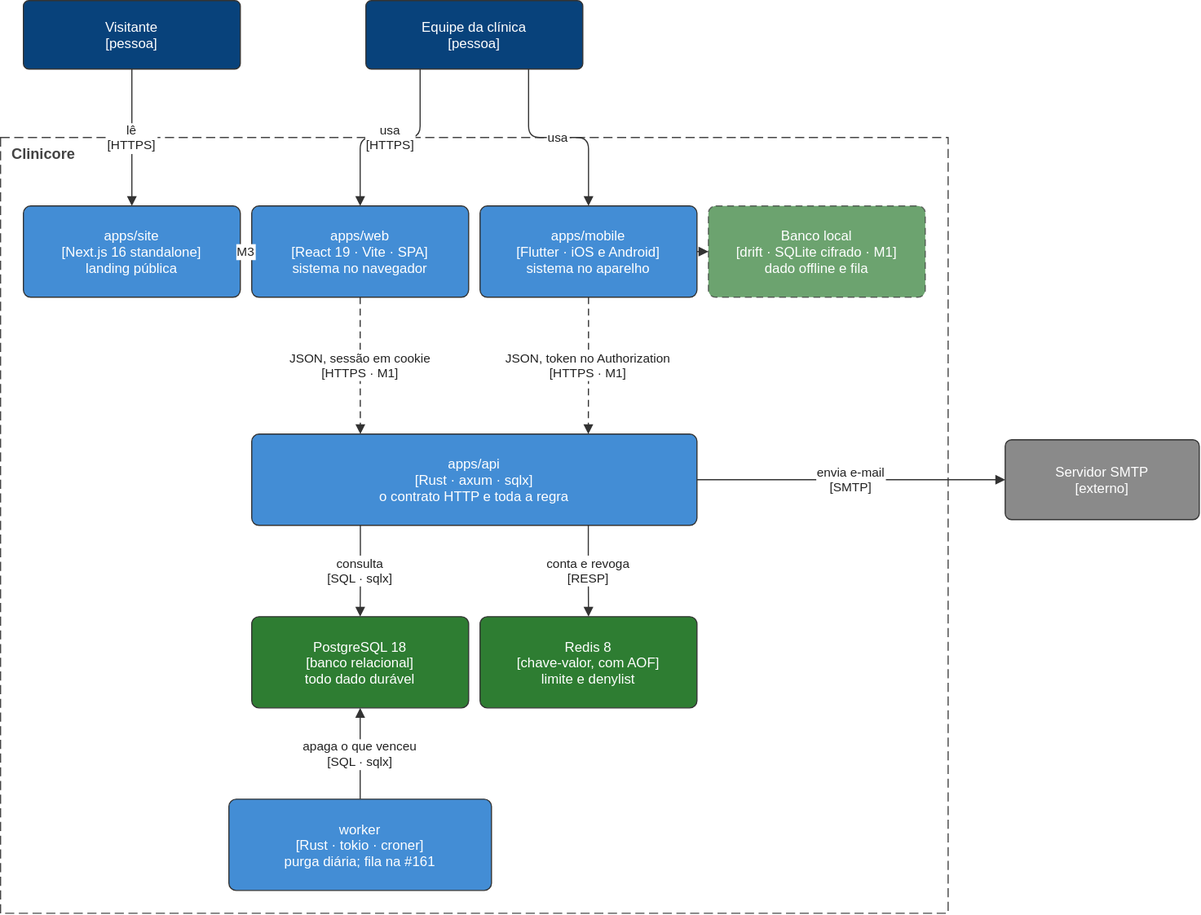
The draw.io diagram docs/architecture/diagrams/containers.drawio.svg in TheoOdawara/clinicore, before a commit. Source tidied: cells renumbered, new cells last; positions are measured from the earlier drawing's top-left corner, leaving out a move shared by most shapes.
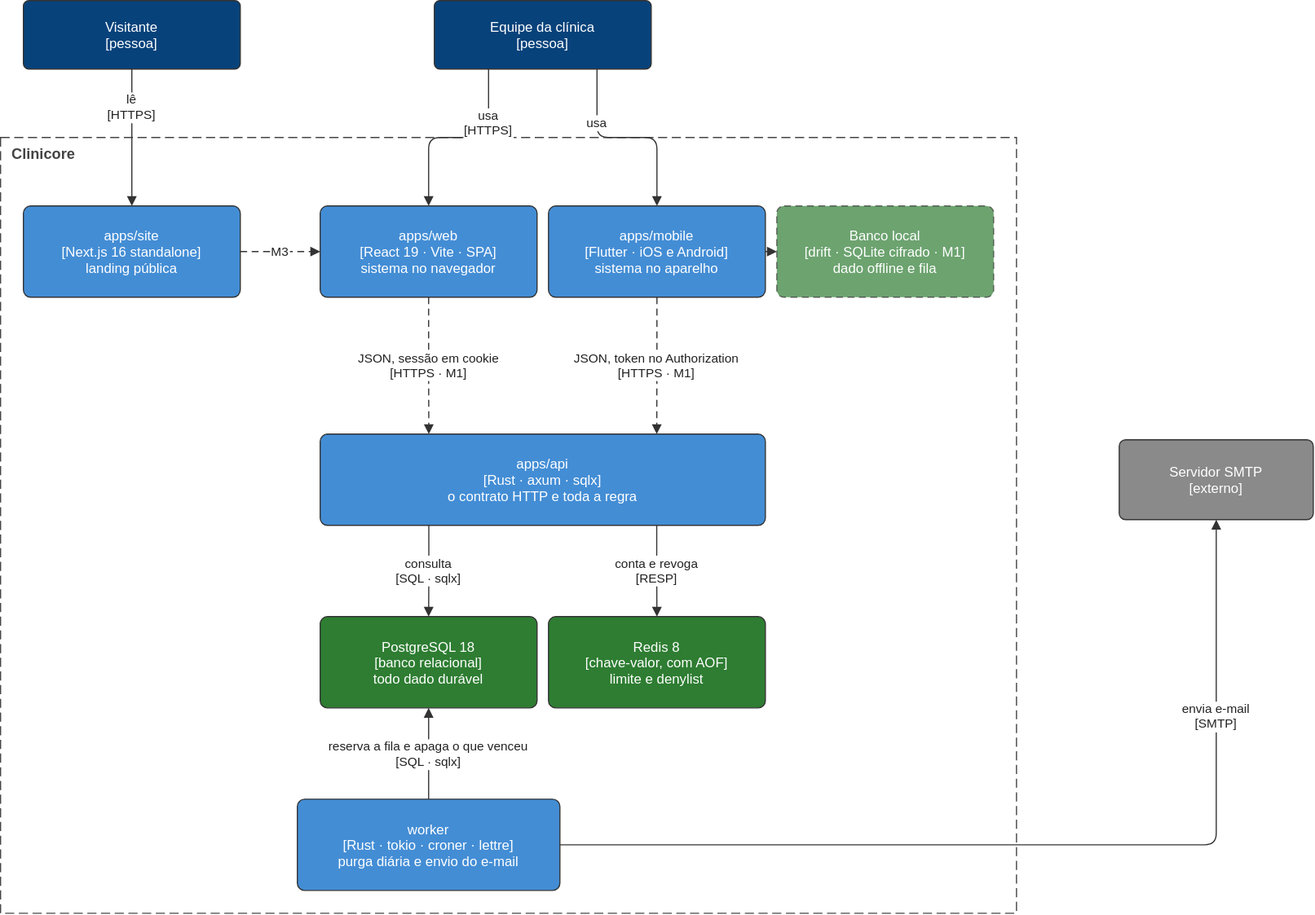
The same diagram one commit later.

What changed in the source:
```diff
@@ -3,16 +3,16 @@
     <mxCell id="0" />
     <mxCell id="1" parent="0" />
     <mxCell id="2" value="Clinicore" style="rounded=0;html=0;fillColor=none;strokeColor=#444444;dashed=1;dashPattern=8 4;fontSize=13;fontStyle=1;verticalAlign=top;align=left;spacingLeft=8;fontColor=#444444;" parent="1" vertex="1">
-      <mxGeometry y="120" width="830" height="680" as="geometry" />
+      <mxGeometry x="-60" y="120" width="890" height="680" as="geometry" />
     </mxCell>
     <mxCell id="3" value="Visitante&#10;[pessoa]" style="rounded=1;arcSize=8;html=0;fillColor=#08427b;fontColor=#ffffff;strokeColor=#333333;fontSize=12;" parent="1" vertex="1">
-      <mxGeometry x="20" width="190" height="60" as="geometry" />
+      <mxGeometry x="-40" width="190" height="60" as="geometry" />
     </mxCell>
     <mxCell id="4" value="Equipe da clínica&#10;[pessoa]" style="rounded=1;arcSize=8;html=0;fillColor=#08427b;fontColor=#ffffff;strokeColor=#333333;fontSize=12;" parent="1" vertex="1">
       <mxGeometry x="320" width="190" height="60" as="geometry" />
     </mxCell>
     <mxCell id="5" value="apps/site&#10;[Next.js 16 standalone]&#10;landing pública" style="rounded=1;arcSize=8;html=0;fillColor=#438dd5;fontColor=#ffffff;strokeColor=#333333;fontSize=12;" parent="1" vertex="1">
-      <mxGeometry x="20" y="180" width="190" height="80" as="geometry" />
+      <mxGeometry x="-40" y="180" width="190" height="80" as="geometry" />
     </mxCell>
     <mxCell id="6" value="apps/web&#10;[React 19 · Vite · SPA]&#10;sistema no navegador" style="rounded=1;arcSize=8;html=0;fillColor=#438dd5;fontColor=#ffffff;strokeColor=#333333;fontSize=12;" parent="1" vertex="1">
       <mxGeometry x="220" y="180" width="190" height="80" as="geometry" />
@@ -26,7 +26,7 @@
     <mxCell id="9" value="apps/api&#10;[Rust · axum · sqlx]&#10;o contrato HTTP e toda a regra" style="rounded=1;arcSize=8;html=0;fillColor=#438dd5;fontColor=#ffffff;strokeColor=#333333;fontSize=12;" parent="1" vertex="1">
       <mxGeometry x="220" y="380" width="390" height="80" as="geometry" />
     </mxCell>
-    <mxCell id="10" value="worker&#10;[Rust · tokio · croner]&#10;purga diária; fila na #161" style="rounded=1;arcSize=8;html=0;fillColor=#438dd5;fontColor=#ffffff;strokeColor=#333333;fontSize=12;" parent="1" vertex="1">
+    <mxCell id="10" value="worker&#10;[Rust · tokio · croner · lettre]&#10;purga diária e envio do e-mail" style="rounded=1;arcSize=8;html=0;fillColor=#438dd5;fontColor=#ffffff;strokeColor=#333333;fontSize=12;" parent="1" vertex="1">
       <mxGeometry x="200" y="700" width="230" height="80" as="geometry" />
     </mxCell>
     <mxCell id="11" value="PostgreSQL 18&#10;[banco relacional]&#10;todo dado durável" style="rounded=1;arcSize=8;html=0;fillColor=#2e7d32;fontColor=#ffffff;strokeColor=#333333;fontSize=12;" parent="1" vertex="1">
@@ -36,16 +36,16 @@
       <mxGeometry x="420" y="540" width="190" height="80" as="geometry" />
     </mxCell>
     <mxCell id="13" value="Servidor SMTP&#10;[externo]" style="rounded=1;arcSize=8;html=0;fillColor=#8a8a8a;fontColor=#ffffff;strokeColor=#333333;fontSize=12;" parent="1" vertex="1">
-      <mxGeometry x="880" y="385" width="170" height="70" as="geometry" />
+      <mxGeometry x="920" y="385" width="170" height="70" as="geometry" />
     </mxCell>
     <mxCell id="14" value="lê&#10;[HTTPS]" style="html=0;endArrow=block;endFill=1;strokeColor=#333333;fontSize=11;fontColor=#222222;labelBackgroundColor=#ffffff;edgeStyle=orthogonalEdgeStyle;rounded=1;exitX=0.5;exitY=1;exitDx=0;exitDy=0;entryX=0.5;entryY=0;entryDx=0;entryDy=0;" parent="1" edge="1" source="3" target="5">
-      <mxGeometry relative="1" as="geometry" />
+      <mxGeometry x="-0.45" relative="1" as="geometry" />
     </mxCell>
     <mxCell id="15" value="usa&#10;[HTTPS]" style="html=0;endArrow=block;endFill=1;strokeColor=#333333;fontSize=11;fontColor=#222222;labelBackgroundColor=#ffffff;edgeStyle=orthogonalEdgeStyle;rounded=1;exitX=0.25;exitY=1;exitDx=0;exitDy=0;entryX=0.5;entryY=0;entryDx=0;entryDy=0;" parent="1" edge="1" source="4" target="6">
-      <mxGeometry relative="1" as="geometry" />
+      <mxGeometry x="-0.45" relative="1" as="geometry" />
     </mxCell>
     <mxCell id="16" value="usa" style="html=0;endArrow=block;endFill=1;strokeColor=#333333;fontSize=11;fontColor=#222222;labelBackgroundColor=#ffffff;edgeStyle=orthogonalEdgeStyle;rounded=1;exitX=0.75;exitY=1;exitDx=0;exitDy=0;entryX=0.5;entryY=0;entryDx=0;entryDy=0;" parent="1" edge="1" source="4" target="7">
-      <mxGeometry relative="1" as="geometry" />
+      <mxGeometry x="-0.45" relative="1" as="geometry" />
     </mxCell>
     <mxCell id="17" value="M3" style="html=0;endArrow=block;endFill=1;strokeColor=#333333;fontSize=11;fontColor=#222222;labelBackgroundColor=#ffffff;edgeStyle=orthogonalEdgeStyle;rounded=1;dashed=1;dashPattern=6 4;exitX=1;exitY=0.5;exitDx=0;exitDy=0;entryX=0;entryY=0.5;entryDx=0;entryDy=0;" parent="1" edge="1" source="5" target="6">
       <mxGeometry relative="1" as="geometry" />
@@ -65,10 +65,10 @@
     <mxCell id="22" value="conta e revoga&#10;[RESP]" style="html=0;endArrow=block;endFill=1;strokeColor=#333333;fontSize=11;fontColor=#222222;labelBackgroundColor=#ffffff;edgeStyle=orthogonalEdgeStyle;rounded=1;exitX=0.756;exitY=1;exitDx=0;exitDy=0;entryX=0.5;entryY=0;entryDx=0;entryDy=0;" parent="1" edge="1" source="9" target="12">
       <mxGeometry relative="1" as="geometry" />
     </mxCell>
-    <mxCell id="23" value="envia e-mail&#10;[SMTP]" style="html=0;endArrow=block;endFill=1;strokeColor=#333333;fontSize=11;fontColor=#222222;labelBackgroundColor=#ffffff;edgeStyle=orthogonalEdgeStyle;rounded=1;exitX=1;exitY=0.5;exitDx=0;exitDy=0;entryX=0;entryY=0.5;entryDx=0;entryDy=0;" parent="1" edge="1" source="9" target="13">
-      <mxGeometry relative="1" as="geometry" />
+    <mxCell id="23" value="envia e-mail&#10;[SMTP]" style="html=0;endArrow=block;endFill=1;strokeColor=#333333;fontSize=11;fontColor=#222222;labelBackgroundColor=#ffffff;edgeStyle=orthogonalEdgeStyle;rounded=1;exitX=1;exitY=0.5;exitDx=0;exitDy=0;entryX=0.5;entryY=1;entryDx=0;entryDy=0;" parent="1" edge="1" source="10" target="13">
+      <mxGeometry x="0.6" relative="1" as="geometry" />
     </mxCell>
-    <mxCell id="24" value="apaga o que venceu&#10;[SQL · sqlx]" style="html=0;endArrow=block;endFill=1;strokeColor=#333333;fontSize=11;fontColor=#222222;labelBackgroundColor=#ffffff;edgeStyle=orthogonalEdgeStyle;rounded=1;exitX=0.5;exitY=0;exitDx=0;exitDy=0;entryX=0.5;entryY=1;entryDx=0;entryDy=0;" parent="1" edge="1" source="10" target="11">
+    <mxCell id="24" value="reserva a fila e apaga o que venceu&#10;[SQL · sqlx]" style="html=0;endArrow=block;endFill=1;strokeColor=#333333;fontSize=11;fontColor=#222222;labelBackgroundColor=#ffffff;edgeStyle=orthogonalEdgeStyle;rounded=1;exitX=0.5;exitY=0;exitDx=0;exitDy=0;entryX=0.5;entryY=1;entryDx=0;entryDy=0;" parent="1" edge="1" source="10" target="11">
       <mxGeometry relative="1" as="geometry" />
     </mxCell>
   </root>
```
